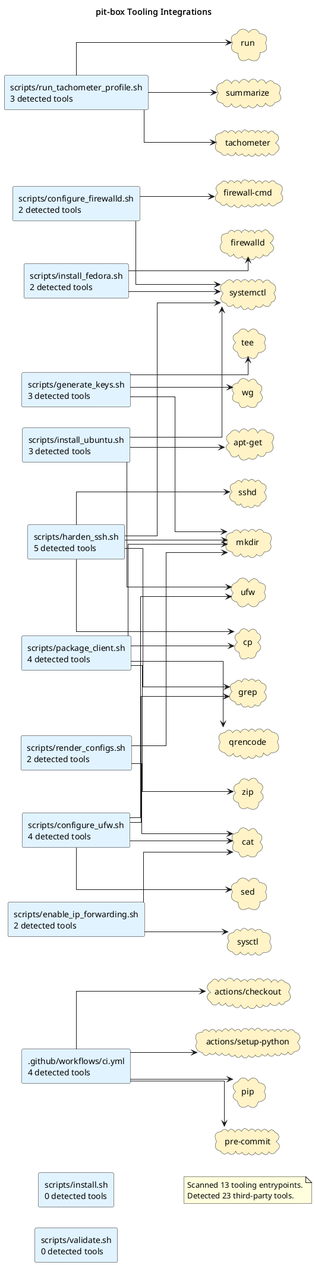
Above: docs/diagrams/tooling-integrations.puml.png in casonk/pit-box (PlantUML), before the change.
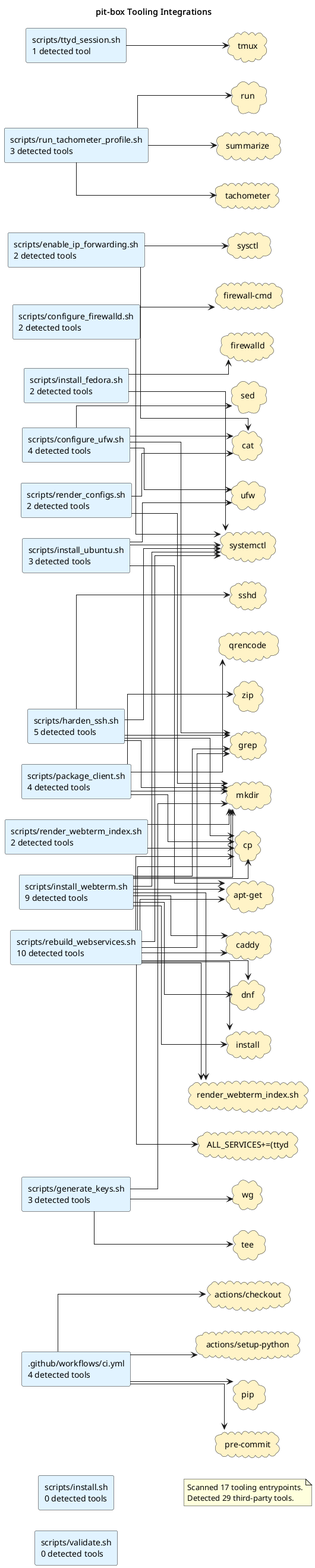
Above is the later version.

The edit, as a diff of the source:
```diff
@@ -14,22 +14,31 @@
 rectangle "scripts/install.sh\n0 detected tools" as source_scripts_install_sh #E0F2FE
 rectangle "scripts/install_fedora.sh\n2 detected tools" as source_scripts_install_fedora_sh #E0F2FE
 rectangle "scripts/install_ubuntu.sh\n3 detected tools" as source_scripts_install_ubuntu_sh #E0F2FE
+rectangle "scripts/install_webterm.sh\n9 detected tools" as source_scripts_install_webterm_sh #E0F2FE
 rectangle "scripts/package_client.sh\n4 detected tools" as source_scripts_package_client_sh #E0F2FE
+rectangle "scripts/rebuild_webservices.sh\n10 detected tools" as source_scripts_rebuild_webservices_sh #E0F2FE
 rectangle "scripts/render_configs.sh\n2 detected tools" as source_scripts_render_configs_sh #E0F2FE
+rectangle "scripts/render_webterm_index.sh\n2 detected tools" as source_scripts_render_webterm_index_sh #E0F2FE
 rectangle "scripts/run_tachometer_profile.sh\n3 detected tools" as source_scripts_run_tachometer_profile_sh #E0F2FE
+rectangle "scripts/ttyd_session.sh\n1 detected tool" as source_scripts_ttyd_session_sh #E0F2FE
 rectangle "scripts/validate.sh\n0 detected tools" as source_scripts_validate_sh #E0F2FE
+cloud "ALL_SERVICES+=(ttyd" as tool_all_services_ttyd #FEF3C7
 cloud "actions/checkout" as tool_actions_checkout #FEF3C7
 cloud "actions/setup-python" as tool_actions_setup_python #FEF3C7
 cloud "apt-get" as tool_apt_get #FEF3C7
+cloud "caddy" as tool_caddy #FEF3C7
 cloud "cat" as tool_cat #FEF3C7
 cloud "cp" as tool_cp #FEF3C7
+cloud "dnf" as tool_dnf #FEF3C7
 cloud "firewall-cmd" as tool_firewall_cmd #FEF3C7
 cloud "firewalld" as tool_firewalld #FEF3C7
 cloud "grep" as tool_grep #FEF3C7
+cloud "install" as tool_install #FEF3C7
 cloud "mkdir" as tool_mkdir #FEF3C7
 cloud "pip" as tool_pip #FEF3C7
 cloud "pre-commit" as tool_pre_commit #FEF3C7
 cloud "qrencode" as tool_qrencode #FEF3C7
+cloud "render_webterm_index.sh" as tool_render_webterm_index_sh #FEF3C7
 cloud "run" as tool_run #FEF3C7
 cloud "sed" as tool_sed #FEF3C7
 cloud "sshd" as tool_sshd #FEF3C7
@@ -38,6 +47,7 @@
 cloud "systemctl" as tool_systemctl #FEF3C7
 cloud "tachometer" as tool_tachometer #FEF3C7
 cloud "tee" as tool_tee #FEF3C7
+cloud "tmux" as tool_tmux #FEF3C7
 cloud "ufw" as tool_ufw #FEF3C7
 cloud "wg" as tool_wg #FEF3C7
 cloud "zip" as tool_zip #FEF3C7
@@ -66,17 +76,39 @@
 source_scripts_install_ubuntu_sh --> tool_apt_get
 source_scripts_install_ubuntu_sh --> tool_systemctl
 source_scripts_install_ubuntu_sh --> tool_ufw
+source_scripts_install_webterm_sh --> tool_apt_get
+source_scripts_install_webterm_sh --> tool_caddy
+source_scripts_install_webterm_sh --> tool_cp
+source_scripts_install_webterm_sh --> tool_dnf
+source_scripts_install_webterm_sh --> tool_grep
+source_scripts_install_webterm_sh --> tool_install
+source_scripts_install_webterm_sh --> tool_mkdir
+source_scripts_install_webterm_sh --> tool_render_webterm_index_sh
+source_scripts_install_webterm_sh --> tool_systemctl
 source_scripts_package_client_sh --> tool_cp
 source_scripts_package_client_sh --> tool_mkdir
 source_scripts_package_client_sh --> tool_qrencode
 source_scripts_package_client_sh --> tool_zip
+source_scripts_rebuild_webservices_sh --> tool_all_services_ttyd
+source_scripts_rebuild_webservices_sh --> tool_apt_get
+source_scripts_rebuild_webservices_sh --> tool_caddy
+source_scripts_rebuild_webservices_sh --> tool_cp
+source_scripts_rebuild_webservices_sh --> tool_dnf
+source_scripts_rebuild_webservices_sh --> tool_grep
+source_scripts_rebuild_webservices_sh --> tool_install
+source_scripts_rebuild_webservices_sh --> tool_mkdir
+source_scripts_rebuild_webservices_sh --> tool_render_webterm_index_sh
+source_scripts_rebuild_webservices_sh --> tool_systemctl
 source_scripts_render_configs_sh --> tool_cat
 source_scripts_render_configs_sh --> tool_mkdir
+source_scripts_render_webterm_index_sh --> tool_cp
+source_scripts_render_webterm_index_sh --> tool_mkdir
 source_scripts_run_tachometer_profile_sh --> tool_run
 source_scripts_run_tachometer_profile_sh --> tool_summarize
 source_scripts_run_tachometer_profile_sh --> tool_tachometer
+source_scripts_ttyd_session_sh --> tool_tmux
 note as toolingGraphSummary
-Scanned 13 tooling entrypoints.
-Detected 23 third-party tools.
+Scanned 17 tooling entrypoints.
+Detected 29 third-party tools.
 end note
 @enduml
```
